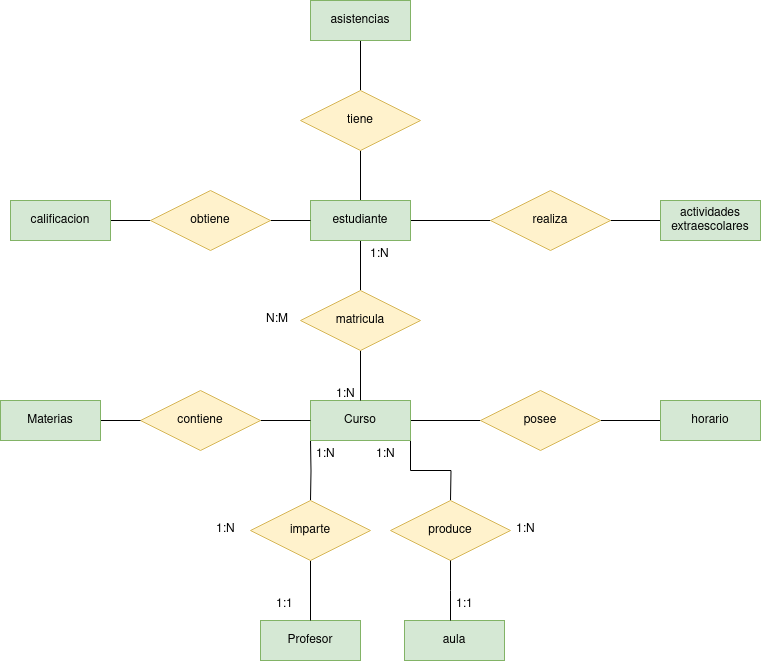
Above: Unidad-1/Tareas/Tarea-8/tarea8.drawio.png in jdrguez/2-Daw (draw.io), before the change. Source tidied: cells renumbered, new cells last; positions are measured from the earlier drawing's top-left corner, leaving out a move shared by most shapes. Its diagram source:
```xml
<mxGraphModel>
  <root>
    <mxCell id="0" />
    <mxCell id="1" parent="0" />
    <mxCell id="2" style="edgeStyle=orthogonalEdgeStyle;rounded=0;jettySize=auto;html=1;exitX=1;exitY=0.5;exitDx=0;exitDy=0;entryX=0;entryY=0.5;entryDx=0;entryDy=0;endArrow=none;endFill=0;" parent="1" edge="1" source="5" target="16">
      <mxGeometry relative="1" as="geometry" />
    </mxCell>
    <mxCell id="3" style="edgeStyle=orthogonalEdgeStyle;rounded=0;jettySize=auto;html=1;exitX=0.5;exitY=1;exitDx=0;exitDy=0;entryX=0.5;entryY=0;entryDx=0;entryDy=0;endArrow=none;endFill=0;" parent="1" edge="1" target="14">
      <mxGeometry relative="1" as="geometry">
        <mxPoint x="310" y="440" as="sourcePoint" />
      </mxGeometry>
    </mxCell>
    <mxCell id="4" style="edgeStyle=orthogonalEdgeStyle;rounded=0;jettySize=auto;html=1;exitX=1;exitY=1;exitDx=0;exitDy=0;endArrow=none;endFill=0;" parent="1" edge="1" source="5">
      <mxGeometry relative="1" as="geometry">
        <mxPoint x="450" y="500" as="targetPoint" />
      </mxGeometry>
    </mxCell>
    <mxCell id="5" value="&lt;div&gt;Curso&lt;/div&gt;" style="whiteSpace=wrap;html=1;align=center;fillColor=#d5e8d4;strokeColor=#82b366;" parent="1" vertex="1">
      <mxGeometry x="310" y="400" width="100" height="40" as="geometry" />
    </mxCell>
    <mxCell id="6" style="edgeStyle=orthogonalEdgeStyle;rounded=0;jettySize=auto;html=1;exitX=1;exitY=0.5;exitDx=0;exitDy=0;entryX=0;entryY=0.5;entryDx=0;entryDy=0;endArrow=none;endFill=0;" parent="1" edge="1" source="9" target="26">
      <mxGeometry relative="1" as="geometry" />
    </mxCell>
    <mxCell id="7" style="edgeStyle=orthogonalEdgeStyle;rounded=0;jettySize=auto;html=1;exitX=0.5;exitY=1;exitDx=0;exitDy=0;endArrow=none;endFill=0;" parent="1" edge="1" source="9" target="11">
      <mxGeometry relative="1" as="geometry" />
    </mxCell>
    <mxCell id="8" style="edgeStyle=orthogonalEdgeStyle;rounded=0;jettySize=auto;html=1;exitX=0.5;exitY=0;exitDx=0;exitDy=0;entryX=0.5;entryY=1;entryDx=0;entryDy=0;endArrow=none;endFill=0;" parent="1" edge="1" source="9" target="23">
      <mxGeometry relative="1" as="geometry" />
    </mxCell>
    <mxCell id="9" value="estudiante" style="whiteSpace=wrap;html=1;align=center;fillColor=#d5e8d4;strokeColor=#82b366;" parent="1" vertex="1">
      <mxGeometry x="310" y="200" width="100" height="40" as="geometry" />
    </mxCell>
    <mxCell id="10" style="edgeStyle=orthogonalEdgeStyle;rounded=0;jettySize=auto;html=1;exitX=0.5;exitY=1;exitDx=0;exitDy=0;entryX=0.5;entryY=0;entryDx=0;entryDy=0;endArrow=none;endFill=0;" parent="1" edge="1" source="11" target="5">
      <mxGeometry relative="1" as="geometry" />
    </mxCell>
    <mxCell id="11" value="matricula" style="shape=rhombus;perimeter=rhombusPerimeter;whiteSpace=wrap;html=1;align=center;fillColor=#fff2cc;strokeColor=#d6b656;" parent="1" vertex="1">
      <mxGeometry x="300" y="290" width="120" height="60" as="geometry" />
    </mxCell>
    <mxCell id="12" value="Profesor" style="whiteSpace=wrap;html=1;align=center;fillColor=#d5e8d4;strokeColor=#82b366;" parent="1" vertex="1">
      <mxGeometry x="260" y="620" width="100" height="40" as="geometry" />
    </mxCell>
    <mxCell id="13" style="edgeStyle=orthogonalEdgeStyle;rounded=0;jettySize=auto;html=1;exitX=0.5;exitY=1;exitDx=0;exitDy=0;entryX=0.5;entryY=0;entryDx=0;entryDy=0;endArrow=none;endFill=0;" parent="1" edge="1" source="14" target="12">
      <mxGeometry relative="1" as="geometry" />
    </mxCell>
    <mxCell id="14" value="imparte" style="shape=rhombus;perimeter=rhombusPerimeter;whiteSpace=wrap;html=1;align=center;fillColor=#fff2cc;strokeColor=#d6b656;" parent="1" vertex="1">
      <mxGeometry x="250" y="500" width="120" height="60" as="geometry" />
    </mxCell>
    <mxCell id="15" style="edgeStyle=orthogonalEdgeStyle;rounded=0;jettySize=auto;html=1;entryX=0;entryY=0.5;entryDx=0;entryDy=0;endArrow=none;endFill=0;" parent="1" edge="1" source="16" target="17">
      <mxGeometry relative="1" as="geometry" />
    </mxCell>
    <mxCell id="16" value="posee" style="shape=rhombus;perimeter=rhombusPerimeter;whiteSpace=wrap;html=1;align=center;fillColor=#fff2cc;strokeColor=#d6b656;" parent="1" vertex="1">
      <mxGeometry x="480" y="390" width="120" height="60" as="geometry" />
    </mxCell>
    <mxCell id="17" value="horario" style="whiteSpace=wrap;html=1;align=center;fillColor=#d5e8d4;strokeColor=#82b366;" parent="1" vertex="1">
      <mxGeometry x="660" y="400" width="100" height="40" as="geometry" />
    </mxCell>
    <mxCell id="18" style="edgeStyle=orthogonalEdgeStyle;rounded=0;jettySize=auto;html=1;exitX=1;exitY=0.5;exitDx=0;exitDy=0;entryX=0;entryY=0.5;entryDx=0;entryDy=0;endArrow=none;endFill=0;" parent="1" edge="1" source="19" target="5">
      <mxGeometry relative="1" as="geometry" />
    </mxCell>
    <mxCell id="19" value="contiene" style="shape=rhombus;perimeter=rhombusPerimeter;whiteSpace=wrap;html=1;align=center;fillColor=#fff2cc;strokeColor=#d6b656;" parent="1" vertex="1">
      <mxGeometry x="140" y="390" width="120" height="60" as="geometry" />
    </mxCell>
    <mxCell id="20" style="edgeStyle=orthogonalEdgeStyle;rounded=0;jettySize=auto;html=1;exitX=1;exitY=0.5;exitDx=0;exitDy=0;entryX=0;entryY=0.5;entryDx=0;entryDy=0;endArrow=none;endFill=0;" parent="1" edge="1" source="21" target="19">
      <mxGeometry relative="1" as="geometry" />
    </mxCell>
    <mxCell id="21" value="Materias" style="whiteSpace=wrap;html=1;align=center;fillColor=#d5e8d4;strokeColor=#82b366;" parent="1" vertex="1">
      <mxGeometry y="400" width="100" height="40" as="geometry" />
    </mxCell>
    <mxCell id="22" style="edgeStyle=orthogonalEdgeStyle;rounded=0;jettySize=auto;html=1;exitX=0.5;exitY=0;exitDx=0;exitDy=0;endArrow=none;endFill=0;" parent="1" edge="1" source="23" target="24">
      <mxGeometry relative="1" as="geometry" />
    </mxCell>
    <mxCell id="23" value="tiene" style="shape=rhombus;perimeter=rhombusPerimeter;whiteSpace=wrap;html=1;align=center;fillColor=#fff2cc;strokeColor=#d6b656;" parent="1" vertex="1">
      <mxGeometry x="300" y="90" width="120" height="60" as="geometry" />
    </mxCell>
    <mxCell id="24" value="asistencias" style="whiteSpace=wrap;html=1;align=center;fillColor=#d5e8d4;strokeColor=#82b366;" parent="1" vertex="1">
      <mxGeometry x="310" width="100" height="40" as="geometry" />
    </mxCell>
    <mxCell id="25" style="edgeStyle=orthogonalEdgeStyle;rounded=0;jettySize=auto;html=1;entryX=0;entryY=0.5;entryDx=0;entryDy=0;endArrow=none;endFill=0;" parent="1" edge="1" source="26" target="27">
      <mxGeometry relative="1" as="geometry" />
    </mxCell>
    <mxCell id="26" value="realiza" style="shape=rhombus;perimeter=rhombusPerimeter;whiteSpace=wrap;html=1;align=center;fillColor=#fff2cc;strokeColor=#d6b656;" parent="1" vertex="1">
      <mxGeometry x="490" y="190" width="120" height="60" as="geometry" />
    </mxCell>
    <mxCell id="27" value="&lt;div&gt;actividades&lt;/div&gt;&lt;div&gt;extraescolares&lt;br&gt;&lt;/div&gt;" style="whiteSpace=wrap;html=1;align=center;fillColor=#d5e8d4;strokeColor=#82b366;" parent="1" vertex="1">
      <mxGeometry x="660" y="200" width="100" height="40" as="geometry" />
    </mxCell>
    <mxCell id="28" value="produce" style="shape=rhombus;perimeter=rhombusPerimeter;whiteSpace=wrap;html=1;align=center;fillColor=#fff2cc;strokeColor=#d6b656;" parent="1" vertex="1">
      <mxGeometry x="390" y="500" width="120" height="60" as="geometry" />
    </mxCell>
    <mxCell id="29" value="aula" style="whiteSpace=wrap;html=1;align=center;fillColor=#d5e8d4;strokeColor=#82b366;" parent="1" vertex="1">
      <mxGeometry x="404" y="620" width="100" height="40" as="geometry" />
    </mxCell>
    <mxCell id="30" style="edgeStyle=orthogonalEdgeStyle;rounded=0;jettySize=auto;html=1;exitX=0.5;exitY=1;exitDx=0;exitDy=0;endArrow=none;endFill=0;" parent="1" edge="1" source="28">
      <mxGeometry relative="1" as="geometry">
        <mxPoint x="450" y="620" as="targetPoint" />
      </mxGeometry>
    </mxCell>
    <mxCell id="31" value="1:N" style="text;strokeColor=none;fillColor=none;spacingLeft=4;spacingRight=4;overflow=hidden;fontSize=12;whiteSpace=wrap;html=1;" parent="1" vertex="1">
      <mxGeometry x="330" y="380" width="40" height="30" as="geometry" />
    </mxCell>
    <mxCell id="32" value="1:N" style="text;strokeColor=none;fillColor=none;spacingLeft=4;spacingRight=4;overflow=hidden;fontSize=12;whiteSpace=wrap;html=1;" parent="1" vertex="1">
      <mxGeometry x="364" y="240" width="40" height="30" as="geometry" />
    </mxCell>
    <mxCell id="33" value="N:M" style="text;strokeColor=none;fillColor=none;spacingLeft=4;spacingRight=4;overflow=hidden;fontSize=12;whiteSpace=wrap;html=1;" parent="1" vertex="1">
      <mxGeometry x="260" y="305" width="40" height="30" as="geometry" />
    </mxCell>
    <mxCell id="34" style="edgeStyle=orthogonalEdgeStyle;rounded=0;jettySize=auto;html=1;exitX=1;exitY=0.5;exitDx=0;exitDy=0;entryX=0;entryY=0.5;entryDx=0;entryDy=0;endArrow=none;endFill=0;" parent="1" edge="1" source="35" target="37">
      <mxGeometry relative="1" as="geometry" />
    </mxCell>
    <mxCell id="35" value="calificacion" style="whiteSpace=wrap;html=1;align=center;fillColor=#d5e8d4;strokeColor=#82b366;" parent="1" vertex="1">
      <mxGeometry x="10" y="200" width="100" height="40" as="geometry" />
    </mxCell>
    <mxCell id="36" style="edgeStyle=orthogonalEdgeStyle;rounded=0;jettySize=auto;html=1;exitX=1;exitY=0.5;exitDx=0;exitDy=0;entryX=0;entryY=0.5;entryDx=0;entryDy=0;endArrow=none;endFill=0;" parent="1" edge="1" source="37" target="9">
      <mxGeometry relative="1" as="geometry" />
    </mxCell>
    <mxCell id="37" value="obtiene" style="shape=rhombus;perimeter=rhombusPerimeter;whiteSpace=wrap;html=1;align=center;fillColor=#fff2cc;strokeColor=#d6b656;" parent="1" vertex="1">
      <mxGeometry x="150" y="190" width="120" height="60" as="geometry" />
    </mxCell>
    <mxCell id="38" value="1:N" style="text;strokeColor=none;fillColor=none;spacingLeft=4;spacingRight=4;overflow=hidden;fontSize=12;whiteSpace=wrap;html=1;" parent="1" vertex="1">
      <mxGeometry x="310" y="440" width="40" height="30" as="geometry" />
    </mxCell>
    <mxCell id="39" value="&lt;div&gt;1:1&lt;/div&gt;" style="text;strokeColor=none;fillColor=none;spacingLeft=4;spacingRight=4;overflow=hidden;fontSize=12;whiteSpace=wrap;html=1;" parent="1" vertex="1">
      <mxGeometry x="270" y="590" width="40" height="30" as="geometry" />
    </mxCell>
    <mxCell id="40" value="1:N" style="text;strokeColor=none;fillColor=none;spacingLeft=4;spacingRight=4;overflow=hidden;fontSize=12;whiteSpace=wrap;html=1;" parent="1" vertex="1">
      <mxGeometry x="210" y="515" width="40" height="30" as="geometry" />
    </mxCell>
    <mxCell id="41" value="1:1" style="text;strokeColor=none;fillColor=none;spacingLeft=4;spacingRight=4;overflow=hidden;fontSize=12;whiteSpace=wrap;html=1;" parent="1" vertex="1">
      <mxGeometry x="450" y="590" width="40" height="30" as="geometry" />
    </mxCell>
    <mxCell id="42" value="1:N" style="text;strokeColor=none;fillColor=none;spacingLeft=4;spacingRight=4;overflow=hidden;fontSize=12;whiteSpace=wrap;html=1;" parent="1" vertex="1">
      <mxGeometry x="370" y="440" width="40" height="30" as="geometry" />
    </mxCell>
    <mxCell id="43" value="1:N" style="text;strokeColor=none;fillColor=none;spacingLeft=4;spacingRight=4;overflow=hidden;fontSize=12;whiteSpace=wrap;html=1;" parent="1" vertex="1">
      <mxGeometry x="510" y="515" width="40" height="30" as="geometry" />
    </mxCell>
  </root>
</mxGraphModel>
```
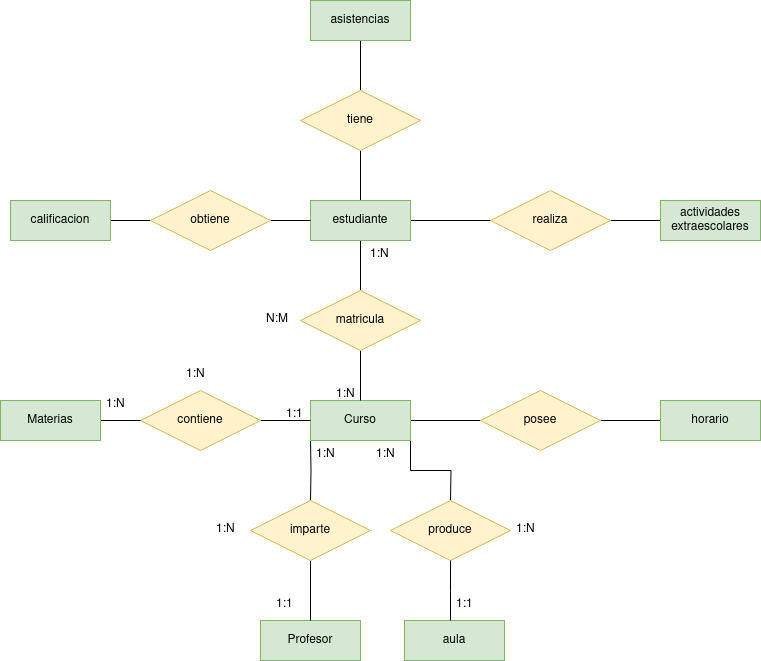
The same file after the commit.

The edit, as a diff of the source:
```diff
@@ -134,5 +134,14 @@
     <mxCell id="43" value="1:N" style="text;strokeColor=none;fillColor=none;spacingLeft=4;spacingRight=4;overflow=hidden;fontSize=12;whiteSpace=wrap;html=1;" parent="1" vertex="1">
       <mxGeometry x="510" y="515" width="40" height="30" as="geometry" />
     </mxCell>
+    <mxCell id="44" value="1:N" style="text;strokeColor=none;fillColor=none;spacingLeft=4;spacingRight=4;overflow=hidden;fontSize=12;whiteSpace=wrap;html=1;" parent="1" vertex="1">
+      <mxGeometry x="100" y="390" width="40" height="30" as="geometry" />
+    </mxCell>
+    <mxCell id="45" value="1:1" style="text;strokeColor=none;fillColor=none;spacingLeft=4;spacingRight=4;overflow=hidden;fontSize=12;whiteSpace=wrap;html=1;" parent="1" vertex="1">
+      <mxGeometry x="280" y="400" width="40" height="30" as="geometry" />
+    </mxCell>
+    <mxCell id="46" value="1:N" style="text;strokeColor=none;fillColor=none;spacingLeft=4;spacingRight=4;overflow=hidden;fontSize=12;whiteSpace=wrap;html=1;" parent="1" vertex="1">
+      <mxGeometry x="180" y="360" width="40" height="30" as="geometry" />
+    </mxCell>
   </root>
 </mxGraphModel>
```
